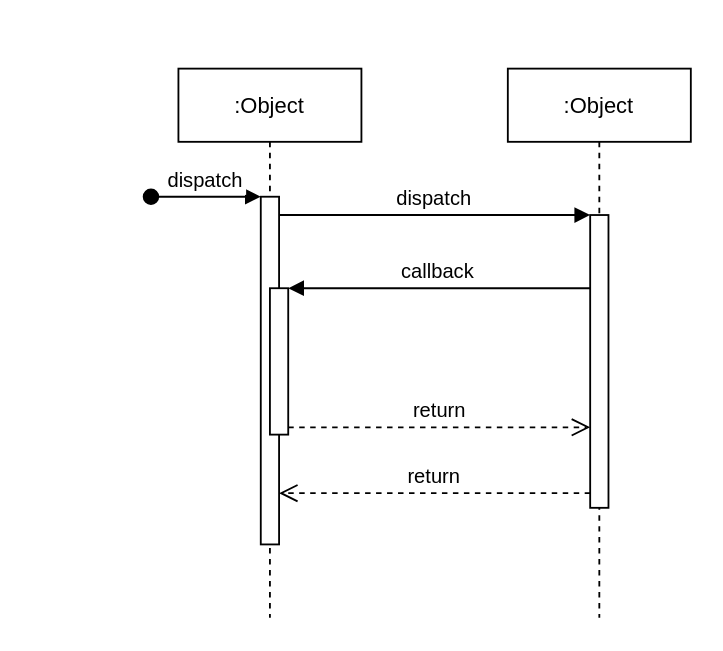
This is Untitled Diagram.drawio from surya758/Endorsed, a draw.io file, before an edit. Source tidied: cells renumbered, new cells numbered last; positions are measured from the earlier drawing's top-left corner, leaving out a move shared by most shapes. Both pictures are drawn from the tidied source at 183%, with x=0, y=0 at pixel (150, 68).
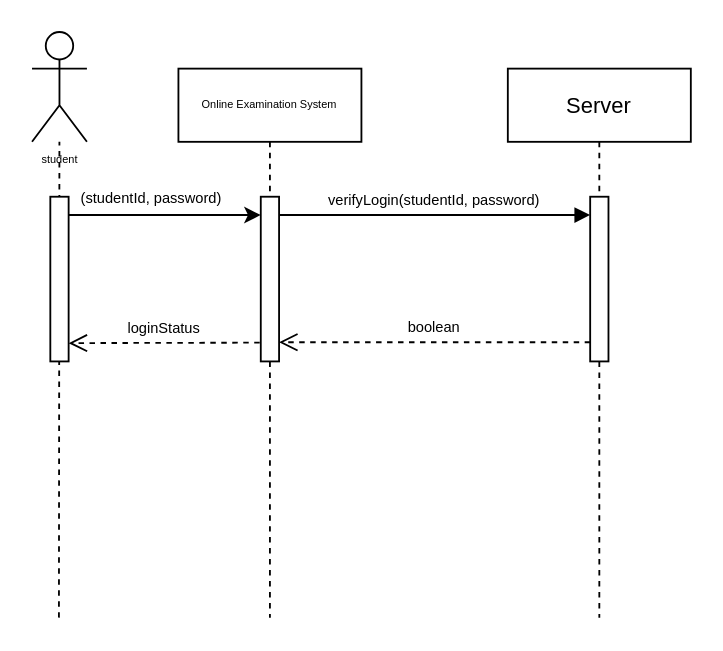
After the change.

Commit message:
made login liefline

Diff of the diagram source:
```diff
@@
 <mxGraphModel>
   <root>
     <mxCell id="0" />
     <mxCell id="1" parent="0" />
-    <mxCell id="2" value=":Object" style="shape=umlLifeline;perimeter=lifelinePerimeter;rounded=0;shadow=0;strokeWidth=1;" parent="1" vertex="1">
+    <mxCell id="2" value="Online Examination System" style="shape=umlLifeline;perimeter=lifelinePerimeter;rounded=0;shadow=0;strokeWidth=1;fontSize=6;" parent="1" vertex="1">
       <mxGeometry x="15" width="100" height="300" as="geometry" />
     </mxCell>
+    <mxCell id="12" style="edgeStyle=orthogonalEdgeStyle;rounded=0;orthogonalLoop=1;jettySize=auto;html=1;fontSize=6;" parent="2" edge="1">
+      <mxGeometry relative="1" as="geometry">
+        <mxPoint x="-60" y="80" as="sourcePoint" />
+        <mxPoint x="45" y="80" as="targetPoint" />
+      </mxGeometry>
+    </mxCell>
     <mxCell id="3" style="points=[];perimeter=orthogonalPerimeter;rounded=0;shadow=0;strokeWidth=1;" parent="2" vertex="1">
-      <mxGeometry x="45" y="70" width="10" height="190" as="geometry" />
+      <mxGeometry x="45" y="70" width="10" height="90" as="geometry" />
     </mxCell>
-    <mxCell id="4" value="dispatch" style="verticalAlign=bottom;startArrow=oval;endArrow=block;startSize=8;shadow=0;strokeWidth=1;" parent="2" edge="1" target="3">
-      <mxGeometry relative="1" as="geometry">
-        <mxPoint x="-15" y="70" as="sourcePoint" />
-      </mxGeometry>
-    </mxCell>
-    <mxCell id="5" style="points=[];perimeter=orthogonalPerimeter;rounded=0;shadow=0;strokeWidth=1;" parent="2" vertex="1">
-      <mxGeometry x="50" y="120" width="10" height="80" as="geometry" />
-    </mxCell>
+    <mxCell id="13" value="&lt;span style=&quot;color: rgb(0 , 0 , 0) ; font-family: &amp;#34;helvetica&amp;#34; ; font-style: normal ; font-weight: normal ; letter-spacing: normal ; text-align: center ; text-indent: 0px ; text-transform: none ; word-spacing: 0px ; background-color: rgb(255 , 255 , 255) ; text-decoration: none ; display: inline ; float: none&quot;&gt;&lt;font style=&quot;font-size: 8px&quot;&gt;(studentId, password)&lt;/font&gt;&lt;/span&gt;" style="text;whiteSpace=wrap;html=1;fontSize=6;" parent="2" vertex="1">
+      <mxGeometry x="-55" y="60" width="110" height="20" as="geometry" />
+    </mxCell>
-    <mxCell id="6" value=":Object" style="shape=umlLifeline;perimeter=lifelinePerimeter;rounded=0;shadow=0;strokeWidth=1;" parent="1" vertex="1">
+    <mxCell id="6" value="Server" style="shape=umlLifeline;perimeter=lifelinePerimeter;rounded=0;shadow=0;strokeWidth=1;" parent="1" vertex="1">
       <mxGeometry x="195" width="100" height="300" as="geometry" />
     </mxCell>
     <mxCell id="7" style="points=[];perimeter=orthogonalPerimeter;rounded=0;shadow=0;strokeWidth=1;" parent="6" vertex="1">
-      <mxGeometry x="45" y="80" width="10" height="160" as="geometry" />
+      <mxGeometry x="45" y="70" width="10" height="90" as="geometry" />
     </mxCell>
-    <mxCell id="8" value="return" style="verticalAlign=bottom;endArrow=open;dashed=1;endSize=8;exitX=0;exitY=0.95;shadow=0;strokeWidth=1;" parent="1" edge="1" source="7" target="3">
-      <mxGeometry relative="1" as="geometry" />
+    <mxCell id="8" value="boolean" style="verticalAlign=bottom;endArrow=open;dashed=1;endSize=8;exitX=0;exitY=0.95;shadow=0;strokeWidth=1;fontSize=8;" parent="1" edge="1">
+      <mxGeometry relative="1" as="geometry">
+        <mxPoint x="240" y="149.5" as="sourcePoint" />
+        <mxPoint x="70" y="149.5" as="targetPoint" />
+      </mxGeometry>
     </mxCell>
-    <mxCell id="9" value="dispatch" style="verticalAlign=bottom;endArrow=block;entryX=0;entryY=0;shadow=0;strokeWidth=1;" parent="1" edge="1" source="3" target="7">
-      <mxGeometry relative="1" as="geometry" />
+    <mxCell id="9" value="verifyLogin(studentId, password)" style="verticalAlign=bottom;endArrow=block;entryX=0;entryY=0;shadow=0;strokeWidth=1;fontSize=8;" parent="1" edge="1">
+      <mxGeometry relative="1" as="geometry">
+        <mxPoint x="70" y="80" as="sourcePoint" />
+        <mxPoint x="240" y="80" as="targetPoint" />
+      </mxGeometry>
     </mxCell>
-    <mxCell id="10" value="callback" style="verticalAlign=bottom;endArrow=block;entryX=1;entryY=0;shadow=0;strokeWidth=1;" parent="1" edge="1" source="7" target="5">
-      <mxGeometry relative="1" as="geometry" />
-    </mxCell>
-    <mxCell id="11" value="return" style="verticalAlign=bottom;endArrow=open;dashed=1;endSize=8;exitX=1;exitY=0.95;shadow=0;strokeWidth=1;" parent="1" edge="1" source="5" target="7">
-      <mxGeometry relative="1" as="geometry" />
-    </mxCell>
+    <mxCell id="14" value="loginStatus" style="verticalAlign=bottom;endArrow=open;dashed=1;endSize=8;shadow=0;strokeWidth=1;exitX=-0.058;exitY=0.886;exitDx=0;exitDy=0;exitPerimeter=0;fontSize=8;" parent="1" edge="1" source="3">
+      <mxGeometry relative="1" as="geometry">
+        <mxPoint x="-45" y="150" as="targetPoint" />
+      </mxGeometry>
+    </mxCell>
+    <mxCell id="15" value="student&lt;br&gt;" style="shape=umlActor;verticalLabelPosition=bottom;verticalAlign=top;html=1;outlineConnect=0;fontSize=6;" parent="1" vertex="1">
+      <mxGeometry x="-65" y="-20" width="30" height="60" as="geometry" />
+    </mxCell>
+    <mxCell id="16" style="endArrow=none;dashed=1;html=1;rounded=0;fontSize=6;" parent="1" edge="1" target="15">
+      <mxGeometry relative="1" as="geometry">
+        <mxPoint x="-50.3" y="300" as="sourcePoint" />
+      </mxGeometry>
+    </mxCell>
+    <mxCell id="17" style="perimeter=orthogonalPerimeter;rounded=0;shadow=0;strokeWidth=1;" parent="1" vertex="1">
+      <mxGeometry x="-55" y="70" width="10" height="90" as="geometry" />
+    </mxCell>
   </root>
 </mxGraphModel>
```
